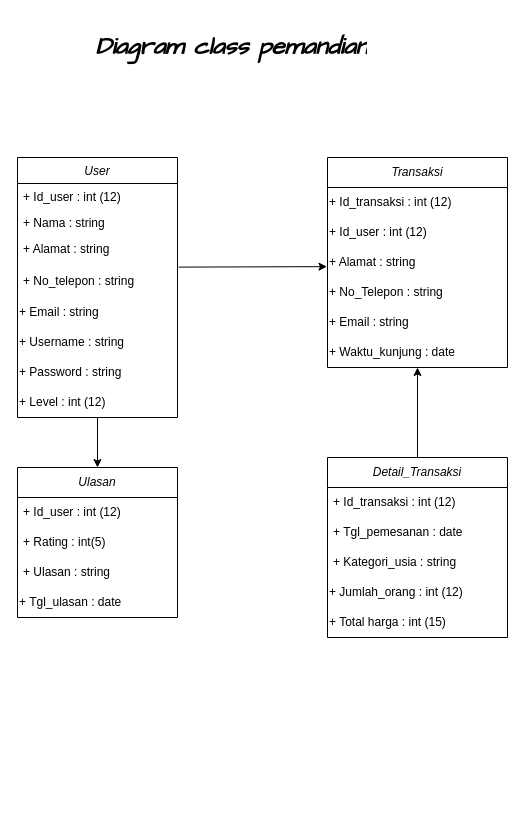
Before: pemandian.drawio in Aiyub150/DiagramClass_Pemandian, a draw.io diagram. Source tidied: cells renumbered, new cells numbered last; positions are measured from the earlier drawing's top-left corner, leaving out a move shared by most shapes. Both pictures are drawn from the tidied source at 100%, with x=0, y=0 at pixel (17, 27).
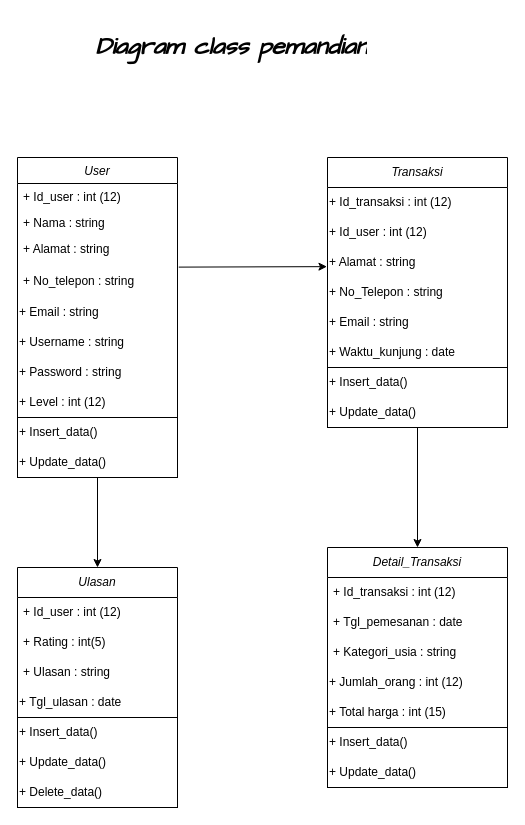
The same page after the edit.

Commit message:
Menambahkan method pada diagram class

The change refers to these unchanged cells:
```xml
<mxCell id="10" value="+ Level : int (12)" style="text;html=1;align=left;verticalAlign=middle;points=[];strokeColor=none;fillColor=none;" parent="2" vertex="1">
  <mxGeometry y="230" width="160" height="30" as="geometry" />
</mxCell>
<mxCell id="18" value="+ Waktu_kunjung : date" style="text;html=1;strokeColor=none;fillColor=none;align=left;verticalAlign=middle;whiteSpace=wrap;rounded=0;" parent="12" vertex="1">
  <mxGeometry y="180" width="180" height="30" as="geometry" />
</mxCell>
```

The edit, as a diff of the source:
```diff
@@
-    <mxCell id="20" style="edgeStyle=orthogonalEdgeStyle;rounded=0;jettySize=auto;html=1;" parent="1" edge="1" source="21" target="18">
-      <mxGeometry relative="1" as="geometry" />
-    </mxCell>
     <mxCell id="21" value="Detail_Transaksi" style="swimlane;fontStyle=2;horizontal=1;startSize=30;whiteSpace=wrap;html=1;" parent="1" vertex="1">
-      <mxGeometry x="310" y="430" width="180" height="180" as="geometry" />
+      <mxGeometry x="310" y="520" width="180" height="180" as="geometry" />
     </mxCell>
@@
     <mxCell id="27" value="&lt;i&gt;Ulasan&lt;/i&gt;" style="swimlane;fontStyle=0;horizontal=1;startSize=30;whiteSpace=wrap;html=1;align=center;" parent="1" vertex="1">
-      <mxGeometry y="440" width="160" height="150" as="geometry" />
+      <mxGeometry y="540" width="160" height="150" as="geometry" />
     </mxCell>
@@
-    <mxCell id="32" style="edgeStyle=orthogonalEdgeStyle;rounded=0;jettySize=auto;html=1;entryX=0.5;entryY=0;entryDx=0;entryDy=0;" parent="1" edge="1" source="10" target="27">
-      <mxGeometry relative="1" as="geometry" />
-    </mxCell>
+    <mxCell id="33" style="rounded=0;whiteSpace=wrap;html=1;align=left;" parent="1" vertex="1">
+      <mxGeometry y="390" width="160" height="60" as="geometry" />
+    </mxCell>
+    <mxCell id="34" value="+ Insert_data()" style="text;html=1;strokeColor=none;fillColor=none;align=left;verticalAlign=middle;whiteSpace=wrap;rounded=0;" parent="1" vertex="1">
+      <mxGeometry y="390" width="160" height="30" as="geometry" />
+    </mxCell>
+    <mxCell id="35" style="edgeStyle=orthogonalEdgeStyle;rounded=0;jettySize=auto;html=1;" parent="1" edge="1" source="36" target="27">
+      <mxGeometry relative="1" as="geometry" />
+    </mxCell>
+    <mxCell id="36" value="+ Update_data()" style="text;html=1;strokeColor=none;fillColor=none;align=left;verticalAlign=middle;whiteSpace=wrap;rounded=0;" parent="1" vertex="1">
+      <mxGeometry y="420" width="160" height="30" as="geometry" />
+    </mxCell>
+    <mxCell id="37" style="rounded=0;whiteSpace=wrap;html=1;" parent="1" vertex="1">
+      <mxGeometry y="690" width="160" height="90" as="geometry" />
+    </mxCell>
+    <mxCell id="38" value="+ Insert_data()" style="text;html=1;strokeColor=none;fillColor=none;align=left;verticalAlign=middle;whiteSpace=wrap;rounded=0;" parent="1" vertex="1">
+      <mxGeometry y="690" width="160" height="30" as="geometry" />
+    </mxCell>
+    <mxCell id="39" value="+ Update_data()" style="text;html=1;strokeColor=none;fillColor=none;align=left;verticalAlign=middle;whiteSpace=wrap;rounded=0;" parent="1" vertex="1">
+      <mxGeometry y="720" width="160" height="30" as="geometry" />
+    </mxCell>
+    <mxCell id="40" value="+ Delete_data()" style="text;html=1;strokeColor=none;fillColor=none;align=left;verticalAlign=middle;whiteSpace=wrap;rounded=0;" parent="1" vertex="1">
+      <mxGeometry y="750" width="160" height="30" as="geometry" />
+    </mxCell>
+    <mxCell id="41" style="rounded=0;whiteSpace=wrap;html=1;" parent="1" vertex="1">
+      <mxGeometry x="310" y="700" width="180" height="60" as="geometry" />
+    </mxCell>
+    <mxCell id="42" value="+ Insert_data()" style="text;html=1;strokeColor=none;fillColor=none;align=left;verticalAlign=middle;whiteSpace=wrap;rounded=0;" parent="1" vertex="1">
+      <mxGeometry x="310" y="700" width="180" height="30" as="geometry" />
+    </mxCell>
+    <mxCell id="43" value="+ Update_data()" style="text;html=1;strokeColor=none;fillColor=none;align=left;verticalAlign=middle;whiteSpace=wrap;rounded=0;" parent="1" vertex="1">
+      <mxGeometry x="310" y="730" width="180" height="30" as="geometry" />
+    </mxCell>
+    <mxCell id="44" style="rounded=0;whiteSpace=wrap;html=1;" parent="1" vertex="1">
+      <mxGeometry x="310" y="340" width="180" height="60" as="geometry" />
+    </mxCell>
+    <mxCell id="45" value="+ Insert_data()" style="text;html=1;strokeColor=none;fillColor=none;align=left;verticalAlign=middle;whiteSpace=wrap;rounded=0;" parent="1" vertex="1">
+      <mxGeometry x="310" y="340" width="180" height="30" as="geometry" />
+    </mxCell>
+    <mxCell id="46" style="edgeStyle=orthogonalEdgeStyle;rounded=0;jettySize=auto;html=1;entryX=0.5;entryY=0;entryDx=0;entryDy=0;" parent="1" edge="1" source="47" target="21">
+      <mxGeometry relative="1" as="geometry" />
+    </mxCell>
+    <mxCell id="47" value="+ Update_data()" style="text;html=1;strokeColor=none;fillColor=none;align=left;verticalAlign=middle;whiteSpace=wrap;rounded=0;" parent="1" vertex="1">
+      <mxGeometry x="310" y="370" width="180" height="30" as="geometry" />
+    </mxCell>
```
